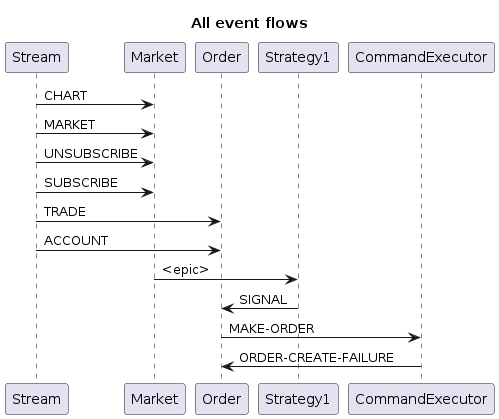
favetelinguis/bfg-clj keeps this PlantUML diagram as images/signalmerged.png. Above is the earlier version. The source it was exported from:
```plantuml
@startuml
title All event flows

Stream->Market: CHART
Stream->Market: MARKET
Stream->Market: UNSUBSCRIBE
Stream->Market: SUBSCRIBE
Stream->Order: TRADE
Stream->Order: ACCOUNT
Market->Strategy1: <epic>
Strategy1->Order: SIGNAL
Order->CommandExecutor: MAKE-ORDER
CommandExecutor->Order: ORDER-CREATE-FAILURE
@enduml
```
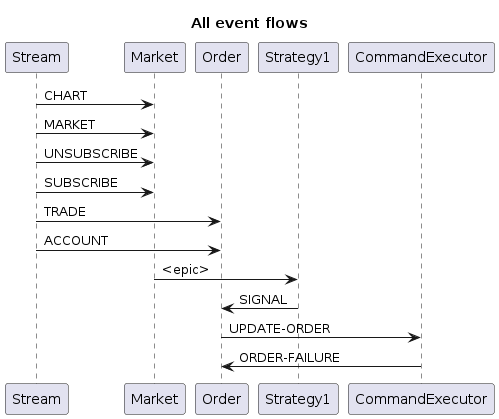
After the change.

Change to the diagram source:
```diff
@@ -9,6 +9,6 @@
 Stream->Order: ACCOUNT
 Market->Strategy1: <epic>
 Strategy1->Order: SIGNAL
-Order->CommandExecutor: MAKE-ORDER
-CommandExecutor->Order: ORDER-CREATE-FAILURE
+Order->CommandExecutor: UPDATE-ORDER
+CommandExecutor->Order: ORDER-FAILURE
 @enduml
```
